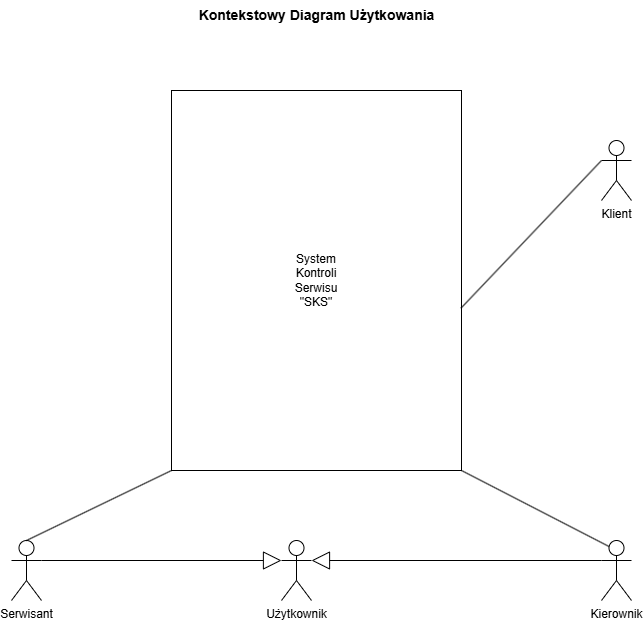
Before: KontekstowyDiagramUżytkowania.png, a diagram exported from draw.io (krystianczajkowski/ProjektowanieSystemowInformatycznych). Source tidied: cells renumbered, new cells last; positions are measured from the earlier drawing's top-left corner, leaving out a move shared by most shapes.
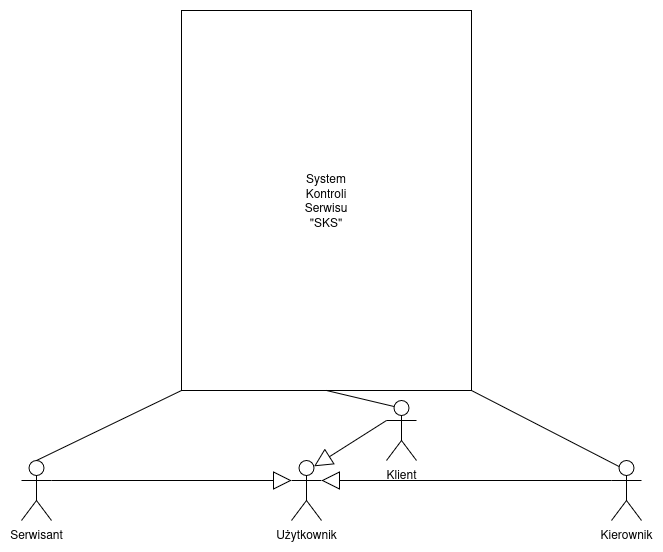
Later version of the same file.

Commit message:
aktualizacja kontekstowy diagram użytkowania

The edit, as a diff of the source:
```diff
@@ -16,11 +16,13 @@
     <mxCell id="5" value="Kierownik" style="shape=umlActor;verticalLabelPosition=bottom;verticalAlign=top;html=1;" parent="1" vertex="1">
       <mxGeometry x="590" y="540" width="30" height="60" as="geometry" />
     </mxCell>
-    <mxCell id="6" style="endArrow=block;endSize=16;endFill=0;html=1;rounded=0;entryX=1;entryY=0.3333333333333333;entryDx=0;entryDy=0;entryPerimeter=0;exitX=0;exitY=0.3333333333333333;exitDx=0;exitDy=0;exitPerimeter=0;" parent="1" edge="1" source="5" target="3">
-      <mxGeometry relative="1" as="geometry" />
+    <mxCell id="6" style="endArrow=block;endSize=16;endFill=0;html=1;rounded=0;exitX=0;exitY=0.3333333333333333;exitDx=0;exitDy=0;exitPerimeter=0;" parent="1" edge="1" source="5">
+      <mxGeometry relative="1" as="geometry">
+        <mxPoint x="300" y="560" as="targetPoint" />
+      </mxGeometry>
     </mxCell>
     <mxCell id="7" value="Klient" style="shape=umlActor;verticalLabelPosition=bottom;verticalAlign=top;html=1;" parent="1" vertex="1">
-      <mxGeometry x="590" y="140" width="30" height="60" as="geometry" />
+      <mxGeometry x="365" y="480" width="30" height="60" as="geometry" />
     </mxCell>
     <mxCell id="8" value="System&lt;div&gt;Kontroli&lt;/div&gt;&lt;div&gt;Serwisu&lt;/div&gt;&lt;div&gt;&quot;SKS&quot;&lt;/div&gt;" style="rounded=0;whiteSpace=wrap;html=1;" parent="1" vertex="1">
       <mxGeometry x="160" y="90" width="290" height="380" as="geometry" />
@@ -31,11 +33,11 @@
     <mxCell id="10" style="endArrow=none;html=1;rounded=0;exitX=1;exitY=1;exitDx=0;exitDy=0;entryX=0.25;entryY=0.1;entryDx=0;entryDy=0;entryPerimeter=0;" parent="1" edge="1" source="8" target="5">
       <mxGeometry relative="1" as="geometry" />
     </mxCell>
-    <mxCell id="11" style="endArrow=none;html=1;rounded=0;entryX=0.998;entryY=0.573;entryDx=0;entryDy=0;entryPerimeter=0;exitX=0;exitY=0.3333333333333333;exitDx=0;exitDy=0;exitPerimeter=0;" parent="1" edge="1" source="7" target="8">
+    <mxCell id="11" style="endArrow=none;html=1;rounded=0;exitX=0.25;exitY=0.1;exitDx=0;exitDy=0;exitPerimeter=0;entryX=0.5;entryY=1;entryDx=0;entryDy=0;" parent="1" edge="1" source="7" target="8">
       <mxGeometry relative="1" as="geometry" />
     </mxCell>
-    <mxCell id="12" value="&lt;b&gt;&lt;font style=&quot;font-size: 14px;&quot;&gt;Kontekstowy Diagram Użytkowania&lt;/font&gt;&lt;/b&gt;" style="text;html=1;align=center;verticalAlign=middle;strokeColor=none;fillColor=none;" parent="1" vertex="1">
-      <mxGeometry x="175" width="260" height="30" as="geometry" />
-    </mxCell>
+    <mxCell id="13" style="endArrow=block;endSize=16;endFill=0;html=1;rounded=0;entryX=0.75;entryY=0.1;entryDx=0;entryDy=0;entryPerimeter=0;exitX=0;exitY=0.3333333333333333;exitDx=0;exitDy=0;exitPerimeter=0;" parent="1" edge="1" source="7" target="3">
+      <mxGeometry relative="1" as="geometry" />
+    </mxCell>
   </root>
 </mxGraphModel>
```
